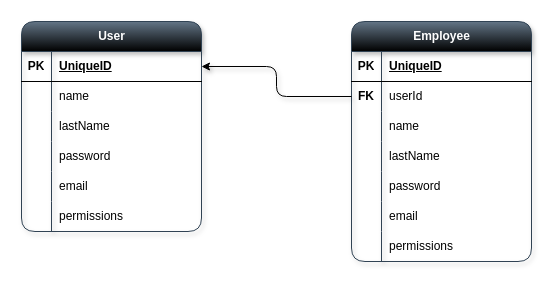
Andersoncrr/food-backend keeps this draw.io diagram as db.drawio. Above is the earlier version. Source tidied: cells renumbered, new cells numbered last; positions are measured from the earlier drawing's top-left corner, leaving out a move shared by most shapes. Both pictures are drawn from the tidied source at 100%, with x=0, y=0 at pixel (21, 21).
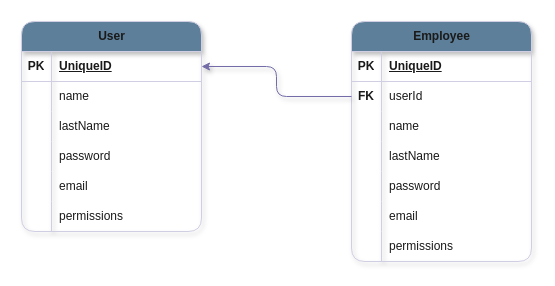
The same diagram, later.

Diff of the diagram source:
```diff
@@
-    <mxCell id="2" value="User" style="shape=table;startSize=30;childLayout=tableLayout;rowLines=0;fontStyle=1;align=center;html=1;fillColor=#647687;fontColor=#ffffff;strokeColor=#314354;gradientColor=default;rounded=1;shadow=1;swimlaneLine=1;" parent="1" vertex="1">
+    <mxCell id="2" value="User" style="shape=table;startSize=30;childLayout=tableLayout;rowLines=0;fontStyle=1;align=center;html=1;rounded=1;shadow=1;swimlaneLine=1;labelBackgroundColor=none;fillColor=#5D7F99;strokeColor=#D0CEE2;fontColor=#1A1A1A;" parent="1" vertex="1">
       <mxGeometry width="180" height="210" as="geometry" />
     </mxCell>
-    <mxCell id="3" style="shape=tableRow;horizontal=0;startSize=0;swimlaneHead=0;swimlaneBody=0;fillColor=none;points=[[0,0.5],[1,0.5]];portConstraint=eastwest;top=0;left=0;right=0;bottom=1;" parent="2" vertex="1">
+    <mxCell id="3" style="shape=tableRow;horizontal=0;startSize=0;swimlaneHead=0;swimlaneBody=0;fillColor=none;points=[[0,0.5],[1,0.5]];portConstraint=eastwest;top=0;left=0;right=0;bottom=1;labelBackgroundColor=none;strokeColor=#D0CEE2;fontColor=#1A1A1A;" parent="2" vertex="1">
       <mxGeometry y="30" width="180" height="30" as="geometry" />
     </mxCell>
-    <mxCell id="4" value="PK" style="shape=partialRectangle;fillColor=none;top=0;left=0;bottom=0;right=0;fontStyle=1;overflow=hidden;whiteSpace=wrap;html=1;" parent="3" vertex="1">
+    <mxCell id="4" value="PK" style="shape=partialRectangle;fillColor=none;top=0;left=0;bottom=0;right=0;fontStyle=1;overflow=hidden;whiteSpace=wrap;html=1;labelBackgroundColor=none;strokeColor=#D0CEE2;fontColor=#1A1A1A;" parent="3" vertex="1">
       <mxGeometry width="30" height="30" as="geometry" />
     </mxCell>
-    <mxCell id="5" value="UniqueID" style="shape=partialRectangle;fillColor=none;top=0;left=0;bottom=0;right=0;align=left;spacingLeft=6;fontStyle=5;overflow=hidden;whiteSpace=wrap;html=1;" parent="3" vertex="1">
+    <mxCell id="5" value="UniqueID" style="shape=partialRectangle;fillColor=none;top=0;left=0;bottom=0;right=0;align=left;spacingLeft=6;fontStyle=5;overflow=hidden;whiteSpace=wrap;html=1;labelBackgroundColor=none;strokeColor=#D0CEE2;fontColor=#1A1A1A;" parent="3" vertex="1">
       <mxGeometry x="30" width="150" height="30" as="geometry" />
     </mxCell>
-    <mxCell id="6" style="shape=tableRow;horizontal=0;startSize=0;swimlaneHead=0;swimlaneBody=0;fillColor=none;top=0;left=0;right=0;bottom=0;" parent="2" vertex="1">
+    <mxCell id="6" style="shape=tableRow;horizontal=0;startSize=0;swimlaneHead=0;swimlaneBody=0;fillColor=none;top=0;left=0;right=0;bottom=0;labelBackgroundColor=none;strokeColor=#D0CEE2;fontColor=#1A1A1A;" parent="2" vertex="1">
       <mxGeometry y="60" width="180" height="30" as="geometry" />
     </mxCell>
-    <mxCell id="7" style="shape=partialRectangle;fillColor=none;top=0;left=0;bottom=0;right=0;overflow=hidden;whiteSpace=wrap;html=1;" parent="6" vertex="1">
+    <mxCell id="7" style="shape=partialRectangle;fillColor=none;top=0;left=0;bottom=0;right=0;overflow=hidden;whiteSpace=wrap;html=1;labelBackgroundColor=none;strokeColor=#D0CEE2;fontColor=#1A1A1A;" parent="6" vertex="1">
       <mxGeometry width="30" height="30" as="geometry" />
     </mxCell>
-    <mxCell id="8" value="name" style="shape=partialRectangle;fillColor=none;top=0;left=0;bottom=0;right=0;align=left;spacingLeft=6;overflow=hidden;whiteSpace=wrap;html=1;" parent="6" vertex="1">
+    <mxCell id="8" value="name" style="shape=partialRectangle;fillColor=none;top=0;left=0;bottom=0;right=0;align=left;spacingLeft=6;overflow=hidden;whiteSpace=wrap;html=1;labelBackgroundColor=none;strokeColor=#D0CEE2;fontColor=#1A1A1A;" parent="6" vertex="1">
       <mxGeometry x="30" width="150" height="30" as="geometry" />
     </mxCell>
-    <mxCell id="9" style="shape=tableRow;horizontal=0;startSize=0;swimlaneHead=0;swimlaneBody=0;fillColor=none;top=0;left=0;right=0;bottom=0;" parent="2" vertex="1">
+    <mxCell id="9" style="shape=tableRow;horizontal=0;startSize=0;swimlaneHead=0;swimlaneBody=0;fillColor=none;top=0;left=0;right=0;bottom=0;labelBackgroundColor=none;strokeColor=#D0CEE2;fontColor=#1A1A1A;" parent="2" vertex="1">
       <mxGeometry y="90" width="180" height="30" as="geometry" />
     </mxCell>
-    <mxCell id="10" style="shape=partialRectangle;fillColor=none;top=0;left=0;bottom=0;right=0;overflow=hidden;whiteSpace=wrap;html=1;" parent="9" vertex="1">
+    <mxCell id="10" style="shape=partialRectangle;fillColor=none;top=0;left=0;bottom=0;right=0;overflow=hidden;whiteSpace=wrap;html=1;labelBackgroundColor=none;strokeColor=#D0CEE2;fontColor=#1A1A1A;" parent="9" vertex="1">
       <mxGeometry width="30" height="30" as="geometry" />
     </mxCell>
-    <mxCell id="11" value="lastName" style="shape=partialRectangle;fillColor=none;top=0;left=0;bottom=0;right=0;align=left;spacingLeft=6;overflow=hidden;whiteSpace=wrap;html=1;" parent="9" vertex="1">
+    <mxCell id="11" value="lastName" style="shape=partialRectangle;fillColor=none;top=0;left=0;bottom=0;right=0;align=left;spacingLeft=6;overflow=hidden;whiteSpace=wrap;html=1;labelBackgroundColor=none;strokeColor=#D0CEE2;fontColor=#1A1A1A;" parent="9" vertex="1">
       <mxGeometry x="30" width="150" height="30" as="geometry" />
     </mxCell>
-    <mxCell id="12" style="shape=tableRow;horizontal=0;startSize=0;swimlaneHead=0;swimlaneBody=0;fillColor=none;top=0;left=0;right=0;bottom=0;" parent="2" vertex="1">
+    <mxCell id="12" style="shape=tableRow;horizontal=0;startSize=0;swimlaneHead=0;swimlaneBody=0;fillColor=none;top=0;left=0;right=0;bottom=0;labelBackgroundColor=none;strokeColor=#D0CEE2;fontColor=#1A1A1A;" parent="2" vertex="1">
       <mxGeometry y="120" width="180" height="30" as="geometry" />
     </mxCell>
-    <mxCell id="13" style="shape=partialRectangle;fillColor=none;top=0;left=0;bottom=0;right=0;overflow=hidden;whiteSpace=wrap;html=1;" parent="12" vertex="1">
+    <mxCell id="13" style="shape=partialRectangle;fillColor=none;top=0;left=0;bottom=0;right=0;overflow=hidden;whiteSpace=wrap;html=1;labelBackgroundColor=none;strokeColor=#D0CEE2;fontColor=#1A1A1A;" parent="12" vertex="1">
       <mxGeometry width="30" height="30" as="geometry" />
     </mxCell>
-    <mxCell id="14" value="password" style="shape=partialRectangle;fillColor=none;top=0;left=0;bottom=0;right=0;align=left;spacingLeft=6;overflow=hidden;whiteSpace=wrap;html=1;" parent="12" vertex="1">
+    <mxCell id="14" value="password" style="shape=partialRectangle;fillColor=none;top=0;left=0;bottom=0;right=0;align=left;spacingLeft=6;overflow=hidden;whiteSpace=wrap;html=1;labelBackgroundColor=none;strokeColor=#D0CEE2;fontColor=#1A1A1A;" parent="12" vertex="1">
       <mxGeometry x="30" width="150" height="30" as="geometry" />
     </mxCell>
-    <mxCell id="15" style="shape=tableRow;horizontal=0;startSize=0;swimlaneHead=0;swimlaneBody=0;fillColor=none;top=0;left=0;right=0;bottom=0;" parent="2" vertex="1">
+    <mxCell id="15" style="shape=tableRow;horizontal=0;startSize=0;swimlaneHead=0;swimlaneBody=0;fillColor=none;top=0;left=0;right=0;bottom=0;labelBackgroundColor=none;strokeColor=#D0CEE2;fontColor=#1A1A1A;" parent="2" vertex="1">
       <mxGeometry y="150" width="180" height="30" as="geometry" />
     </mxCell>
-    <mxCell id="16" style="shape=partialRectangle;fillColor=none;top=0;left=0;bottom=0;right=0;overflow=hidden;whiteSpace=wrap;html=1;" parent="15" vertex="1">
+    <mxCell id="16" style="shape=partialRectangle;fillColor=none;top=0;left=0;bottom=0;right=0;overflow=hidden;whiteSpace=wrap;html=1;labelBackgroundColor=none;strokeColor=#D0CEE2;fontColor=#1A1A1A;" parent="15" vertex="1">
       <mxGeometry width="30" height="30" as="geometry" />
     </mxCell>
-    <mxCell id="17" value="email" style="shape=partialRectangle;fillColor=none;top=0;left=0;bottom=0;right=0;align=left;spacingLeft=6;overflow=hidden;whiteSpace=wrap;html=1;" parent="15" vertex="1">
+    <mxCell id="17" value="email" style="shape=partialRectangle;fillColor=none;top=0;left=0;bottom=0;right=0;align=left;spacingLeft=6;overflow=hidden;whiteSpace=wrap;html=1;labelBackgroundColor=none;strokeColor=#D0CEE2;fontColor=#1A1A1A;" parent="15" vertex="1">
       <mxGeometry x="30" width="150" height="30" as="geometry" />
     </mxCell>
-    <mxCell id="18" style="shape=tableRow;horizontal=0;startSize=0;swimlaneHead=0;swimlaneBody=0;fillColor=none;top=0;left=0;right=0;bottom=0;" parent="2" vertex="1">
+    <mxCell id="18" style="shape=tableRow;horizontal=0;startSize=0;swimlaneHead=0;swimlaneBody=0;fillColor=none;top=0;left=0;right=0;bottom=0;labelBackgroundColor=none;strokeColor=#D0CEE2;fontColor=#1A1A1A;" parent="2" vertex="1">
       <mxGeometry y="180" width="180" height="30" as="geometry" />
     </mxCell>
-    <mxCell id="19" style="shape=partialRectangle;fillColor=none;top=0;left=0;bottom=0;right=0;overflow=hidden;whiteSpace=wrap;html=1;" parent="18" vertex="1">
+    <mxCell id="19" style="shape=partialRectangle;fillColor=none;top=0;left=0;bottom=0;right=0;overflow=hidden;whiteSpace=wrap;html=1;labelBackgroundColor=none;strokeColor=#D0CEE2;fontColor=#1A1A1A;" parent="18" vertex="1">
       <mxGeometry width="30" height="30" as="geometry" />
     </mxCell>
-    <mxCell id="20" value="permissions" style="shape=partialRectangle;fillColor=none;top=0;left=0;bottom=0;right=0;align=left;spacingLeft=6;overflow=hidden;whiteSpace=wrap;html=1;" parent="18" vertex="1">
+    <mxCell id="20" value="permissions" style="shape=partialRectangle;fillColor=none;top=0;left=0;bottom=0;right=0;align=left;spacingLeft=6;overflow=hidden;whiteSpace=wrap;html=1;labelBackgroundColor=none;strokeColor=#D0CEE2;fontColor=#1A1A1A;" parent="18" vertex="1">
       <mxGeometry x="30" width="150" height="30" as="geometry" />
     </mxCell>
-    <mxCell id="21" value="Employee" style="shape=table;startSize=30;childLayout=tableLayout;rowLines=0;fontStyle=1;align=center;html=1;fillColor=#647687;fontColor=#ffffff;strokeColor=#314354;gradientColor=default;rounded=1;shadow=1;swimlaneLine=1;" parent="1" vertex="1">
+    <mxCell id="21" value="Employee" style="shape=table;startSize=30;childLayout=tableLayout;rowLines=0;fontStyle=1;align=center;html=1;rounded=1;shadow=1;swimlaneLine=1;labelBackgroundColor=none;fillColor=#5D7F99;strokeColor=#D0CEE2;fontColor=#1A1A1A;" parent="1" vertex="1">
       <mxGeometry x="330" width="180" height="240" as="geometry" />
     </mxCell>
-    <mxCell id="22" style="shape=tableRow;horizontal=0;startSize=0;swimlaneHead=0;swimlaneBody=0;fillColor=none;top=0;left=0;right=0;bottom=1;" parent="21" vertex="1">
+    <mxCell id="22" style="shape=tableRow;horizontal=0;startSize=0;swimlaneHead=0;swimlaneBody=0;fillColor=none;top=0;left=0;right=0;bottom=1;labelBackgroundColor=none;strokeColor=#D0CEE2;fontColor=#1A1A1A;" parent="21" vertex="1">
       <mxGeometry y="30" width="180" height="30" as="geometry" />
     </mxCell>
-    <mxCell id="23" value="PK" style="shape=partialRectangle;fillColor=none;top=0;left=0;bottom=0;right=0;fontStyle=1;overflow=hidden;whiteSpace=wrap;html=1;" parent="22" vertex="1">
+    <mxCell id="23" value="PK" style="shape=partialRectangle;fillColor=none;top=0;left=0;bottom=0;right=0;fontStyle=1;overflow=hidden;whiteSpace=wrap;html=1;labelBackgroundColor=none;strokeColor=#D0CEE2;fontColor=#1A1A1A;" parent="22" vertex="1">
       <mxGeometry width="30" height="30" as="geometry" />
     </mxCell>
-    <mxCell id="24" value="UniqueID" style="shape=partialRectangle;fillColor=none;top=0;left=0;bottom=0;right=0;align=left;spacingLeft=6;fontStyle=5;overflow=hidden;whiteSpace=wrap;html=1;" parent="22" vertex="1">
+    <mxCell id="24" value="UniqueID" style="shape=partialRectangle;fillColor=none;top=0;left=0;bottom=0;right=0;align=left;spacingLeft=6;fontStyle=5;overflow=hidden;whiteSpace=wrap;html=1;labelBackgroundColor=none;strokeColor=#D0CEE2;fontColor=#1A1A1A;" parent="22" vertex="1">
       <mxGeometry x="30" width="150" height="30" as="geometry" />
     </mxCell>
-    <mxCell id="25" style="shape=tableRow;horizontal=0;startSize=0;swimlaneHead=0;swimlaneBody=0;fillColor=none;points=[[0,0.5],[1,0.5]];portConstraint=eastwest;top=0;left=0;right=0;bottom=0;" parent="21" vertex="1">
+    <mxCell id="25" style="shape=tableRow;horizontal=0;startSize=0;swimlaneHead=0;swimlaneBody=0;fillColor=none;points=[[0,0.5],[1,0.5]];portConstraint=eastwest;top=0;left=0;right=0;bottom=0;labelBackgroundColor=none;strokeColor=#D0CEE2;fontColor=#1A1A1A;" parent="21" vertex="1">
       <mxGeometry y="60" width="180" height="30" as="geometry" />
     </mxCell>
-    <mxCell id="26" value="&lt;b&gt;FK&lt;/b&gt;" style="shape=partialRectangle;fillColor=none;top=0;left=0;bottom=0;right=0;overflow=hidden;whiteSpace=wrap;html=1;" parent="25" vertex="1">
+    <mxCell id="26" value="&lt;b&gt;FK&lt;/b&gt;" style="shape=partialRectangle;fillColor=none;top=0;left=0;bottom=0;right=0;overflow=hidden;whiteSpace=wrap;html=1;labelBackgroundColor=none;strokeColor=#D0CEE2;fontColor=#1A1A1A;" parent="25" vertex="1">
       <mxGeometry width="30" height="30" as="geometry" />
     </mxCell>
-    <mxCell id="27" value="userId" style="shape=partialRectangle;fillColor=none;top=0;left=0;bottom=0;right=0;align=left;spacingLeft=6;overflow=hidden;whiteSpace=wrap;html=1;" parent="25" vertex="1">
+    <mxCell id="27" value="userId" style="shape=partialRectangle;fillColor=none;top=0;left=0;bottom=0;right=0;align=left;spacingLeft=6;overflow=hidden;whiteSpace=wrap;html=1;labelBackgroundColor=none;strokeColor=#D0CEE2;fontColor=#1A1A1A;" parent="25" vertex="1">
       <mxGeometry x="30" width="150" height="30" as="geometry" />
     </mxCell>
-    <mxCell id="28" style="shape=tableRow;horizontal=0;startSize=0;swimlaneHead=0;swimlaneBody=0;fillColor=none;top=0;left=0;right=0;bottom=0;" parent="21" vertex="1">
+    <mxCell id="28" style="shape=tableRow;horizontal=0;startSize=0;swimlaneHead=0;swimlaneBody=0;fillColor=none;top=0;left=0;right=0;bottom=0;labelBackgroundColor=none;strokeColor=#D0CEE2;fontColor=#1A1A1A;" parent="21" vertex="1">
       <mxGeometry y="90" width="180" height="30" as="geometry" />
     </mxCell>
-    <mxCell id="29" style="shape=partialRectangle;fillColor=none;top=0;left=0;bottom=0;right=0;overflow=hidden;whiteSpace=wrap;html=1;" parent="28" vertex="1">
+    <mxCell id="29" style="shape=partialRectangle;fillColor=none;top=0;left=0;bottom=0;right=0;overflow=hidden;whiteSpace=wrap;html=1;labelBackgroundColor=none;strokeColor=#D0CEE2;fontColor=#1A1A1A;" parent="28" vertex="1">
       <mxGeometry width="30" height="30" as="geometry" />
     </mxCell>
-    <mxCell id="30" value="name" style="shape=partialRectangle;fillColor=none;top=0;left=0;bottom=0;right=0;align=left;spacingLeft=6;overflow=hidden;whiteSpace=wrap;html=1;" parent="28" vertex="1">
+    <mxCell id="30" value="name" style="shape=partialRectangle;fillColor=none;top=0;left=0;bottom=0;right=0;align=left;spacingLeft=6;overflow=hidden;whiteSpace=wrap;html=1;labelBackgroundColor=none;strokeColor=#D0CEE2;fontColor=#1A1A1A;" parent="28" vertex="1">
       <mxGeometry x="30" width="150" height="30" as="geometry" />
     </mxCell>
-    <mxCell id="31" style="shape=tableRow;horizontal=0;startSize=0;swimlaneHead=0;swimlaneBody=0;fillColor=none;top=0;left=0;right=0;bottom=0;" parent="21" vertex="1">
+    <mxCell id="31" style="shape=tableRow;horizontal=0;startSize=0;swimlaneHead=0;swimlaneBody=0;fillColor=none;top=0;left=0;right=0;bottom=0;labelBackgroundColor=none;strokeColor=#D0CEE2;fontColor=#1A1A1A;" parent="21" vertex="1">
       <mxGeometry y="120" width="180" height="30" as="geometry" />
     </mxCell>
-    <mxCell id="32" style="shape=partialRectangle;fillColor=none;top=0;left=0;bottom=0;right=0;overflow=hidden;whiteSpace=wrap;html=1;" parent="31" vertex="1">
+    <mxCell id="32" style="shape=partialRectangle;fillColor=none;top=0;left=0;bottom=0;right=0;overflow=hidden;whiteSpace=wrap;html=1;labelBackgroundColor=none;strokeColor=#D0CEE2;fontColor=#1A1A1A;" parent="31" vertex="1">
       <mxGeometry width="30" height="30" as="geometry" />
     </mxCell>
-    <mxCell id="33" value="lastName" style="shape=partialRectangle;fillColor=none;top=0;left=0;bottom=0;right=0;align=left;spacingLeft=6;overflow=hidden;whiteSpace=wrap;html=1;" parent="31" vertex="1">
+    <mxCell id="33" value="lastName" style="shape=partialRectangle;fillColor=none;top=0;left=0;bottom=0;right=0;align=left;spacingLeft=6;overflow=hidden;whiteSpace=wrap;html=1;labelBackgroundColor=none;strokeColor=#D0CEE2;fontColor=#1A1A1A;" parent="31" vertex="1">
       <mxGeometry x="30" width="150" height="30" as="geometry" />
     </mxCell>
-    <mxCell id="34" style="shape=tableRow;horizontal=0;startSize=0;swimlaneHead=0;swimlaneBody=0;fillColor=none;top=0;left=0;right=0;bottom=0;" parent="21" vertex="1">
+    <mxCell id="34" style="shape=tableRow;horizontal=0;startSize=0;swimlaneHead=0;swimlaneBody=0;fillColor=none;top=0;left=0;right=0;bottom=0;labelBackgroundColor=none;strokeColor=#D0CEE2;fontColor=#1A1A1A;" parent="21" vertex="1">
       <mxGeometry y="150" width="180" height="30" as="geometry" />
     </mxCell>
-    <mxCell id="35" style="shape=partialRectangle;fillColor=none;top=0;left=0;bottom=0;right=0;overflow=hidden;whiteSpace=wrap;html=1;" parent="34" vertex="1">
+    <mxCell id="35" style="shape=partialRectangle;fillColor=none;top=0;left=0;bottom=0;right=0;overflow=hidden;whiteSpace=wrap;html=1;labelBackgroundColor=none;strokeColor=#D0CEE2;fontColor=#1A1A1A;" parent="34" vertex="1">
       <mxGeometry width="30" height="30" as="geometry" />
     </mxCell>
-    <mxCell id="36" value="password" style="shape=partialRectangle;fillColor=none;top=0;left=0;bottom=0;right=0;align=left;spacingLeft=6;overflow=hidden;whiteSpace=wrap;html=1;" parent="34" vertex="1">
+    <mxCell id="36" value="password" style="shape=partialRectangle;fillColor=none;top=0;left=0;bottom=0;right=0;align=left;spacingLeft=6;overflow=hidden;whiteSpace=wrap;html=1;labelBackgroundColor=none;strokeColor=#D0CEE2;fontColor=#1A1A1A;" parent="34" vertex="1">
       <mxGeometry x="30" width="150" height="30" as="geometry" />
     </mxCell>
-    <mxCell id="37" style="shape=tableRow;horizontal=0;startSize=0;swimlaneHead=0;swimlaneBody=0;fillColor=none;top=0;left=0;right=0;bottom=0;" parent="21" vertex="1">
+    <mxCell id="37" style="shape=tableRow;horizontal=0;startSize=0;swimlaneHead=0;swimlaneBody=0;fillColor=none;top=0;left=0;right=0;bottom=0;labelBackgroundColor=none;strokeColor=#D0CEE2;fontColor=#1A1A1A;" parent="21" vertex="1">
       <mxGeometry y="180" width="180" height="30" as="geometry" />
     </mxCell>
-    <mxCell id="38" style="shape=partialRectangle;fillColor=none;top=0;left=0;bottom=0;right=0;overflow=hidden;whiteSpace=wrap;html=1;" parent="37" vertex="1">
+    <mxCell id="38" style="shape=partialRectangle;fillColor=none;top=0;left=0;bottom=0;right=0;overflow=hidden;whiteSpace=wrap;html=1;labelBackgroundColor=none;strokeColor=#D0CEE2;fontColor=#1A1A1A;" parent="37" vertex="1">
       <mxGeometry width="30" height="30" as="geometry" />
     </mxCell>
-    <mxCell id="39" value="email" style="shape=partialRectangle;fillColor=none;top=0;left=0;bottom=0;right=0;align=left;spacingLeft=6;overflow=hidden;whiteSpace=wrap;html=1;" parent="37" vertex="1">
+    <mxCell id="39" value="email" style="shape=partialRectangle;fillColor=none;top=0;left=0;bottom=0;right=0;align=left;spacingLeft=6;overflow=hidden;whiteSpace=wrap;html=1;labelBackgroundColor=none;strokeColor=#D0CEE2;fontColor=#1A1A1A;" parent="37" vertex="1">
       <mxGeometry x="30" width="150" height="30" as="geometry" />
     </mxCell>
-    <mxCell id="40" style="shape=tableRow;horizontal=0;startSize=0;swimlaneHead=0;swimlaneBody=0;fillColor=none;top=0;left=0;right=0;bottom=0;" parent="21" vertex="1">
+    <mxCell id="40" style="shape=tableRow;horizontal=0;startSize=0;swimlaneHead=0;swimlaneBody=0;fillColor=none;top=0;left=0;right=0;bottom=0;labelBackgroundColor=none;strokeColor=#D0CEE2;fontColor=#1A1A1A;" parent="21" vertex="1">
       <mxGeometry y="210" width="180" height="30" as="geometry" />
     </mxCell>
-    <mxCell id="41" style="shape=partialRectangle;fillColor=none;top=0;left=0;bottom=0;right=0;overflow=hidden;whiteSpace=wrap;html=1;" parent="40" vertex="1">
+    <mxCell id="41" style="shape=partialRectangle;fillColor=none;top=0;left=0;bottom=0;right=0;overflow=hidden;whiteSpace=wrap;html=1;labelBackgroundColor=none;strokeColor=#D0CEE2;fontColor=#1A1A1A;" parent="40" vertex="1">
       <mxGeometry width="30" height="30" as="geometry" />
     </mxCell>
-    <mxCell id="42" value="permissions" style="shape=partialRectangle;fillColor=none;top=0;left=0;bottom=0;right=0;align=left;spacingLeft=6;overflow=hidden;whiteSpace=wrap;html=1;" parent="40" vertex="1">
+    <mxCell id="42" value="permissions" style="shape=partialRectangle;fillColor=none;top=0;left=0;bottom=0;right=0;align=left;spacingLeft=6;overflow=hidden;whiteSpace=wrap;html=1;labelBackgroundColor=none;strokeColor=#D0CEE2;fontColor=#1A1A1A;" parent="40" vertex="1">
       <mxGeometry x="30" width="150" height="30" as="geometry" />
     </mxCell>
-    <mxCell id="43" style="edgeStyle=orthogonalEdgeStyle;rounded=1;jettySize=auto;html=1;exitX=0;exitY=0.5;exitDx=0;exitDy=0;entryX=1;entryY=0.5;entryDx=0;entryDy=0;shadow=1;flowAnimation=1;curved=0;" parent="1" edge="1" source="25" target="3">
+    <mxCell id="43" style="edgeStyle=orthogonalEdgeStyle;rounded=1;jettySize=auto;html=1;exitX=0;exitY=0.5;exitDx=0;exitDy=0;entryX=1;entryY=0.5;entryDx=0;entryDy=0;shadow=1;flowAnimation=1;curved=0;labelBackgroundColor=none;fontColor=default;strokeColor=#736CA8;" parent="1" edge="1" source="25" target="3">
       <mxGeometry relative="1" as="geometry" />
     </mxCell>
```
